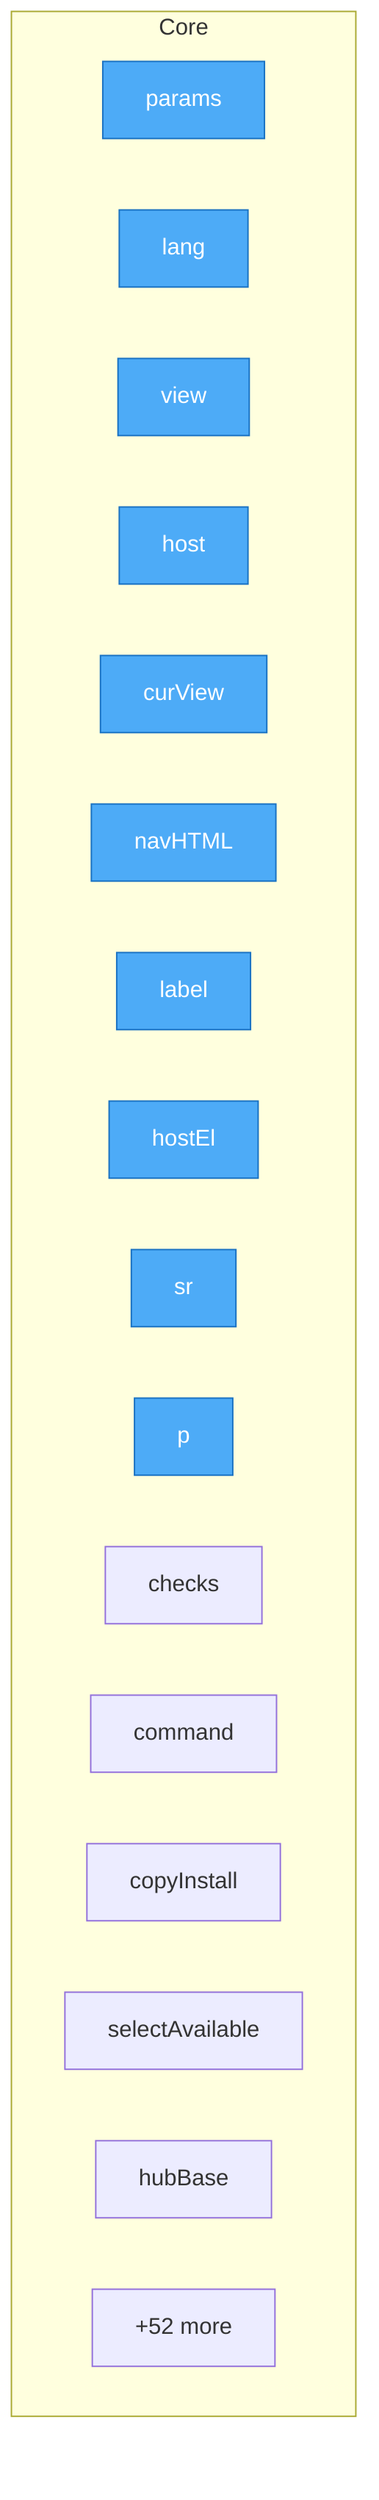
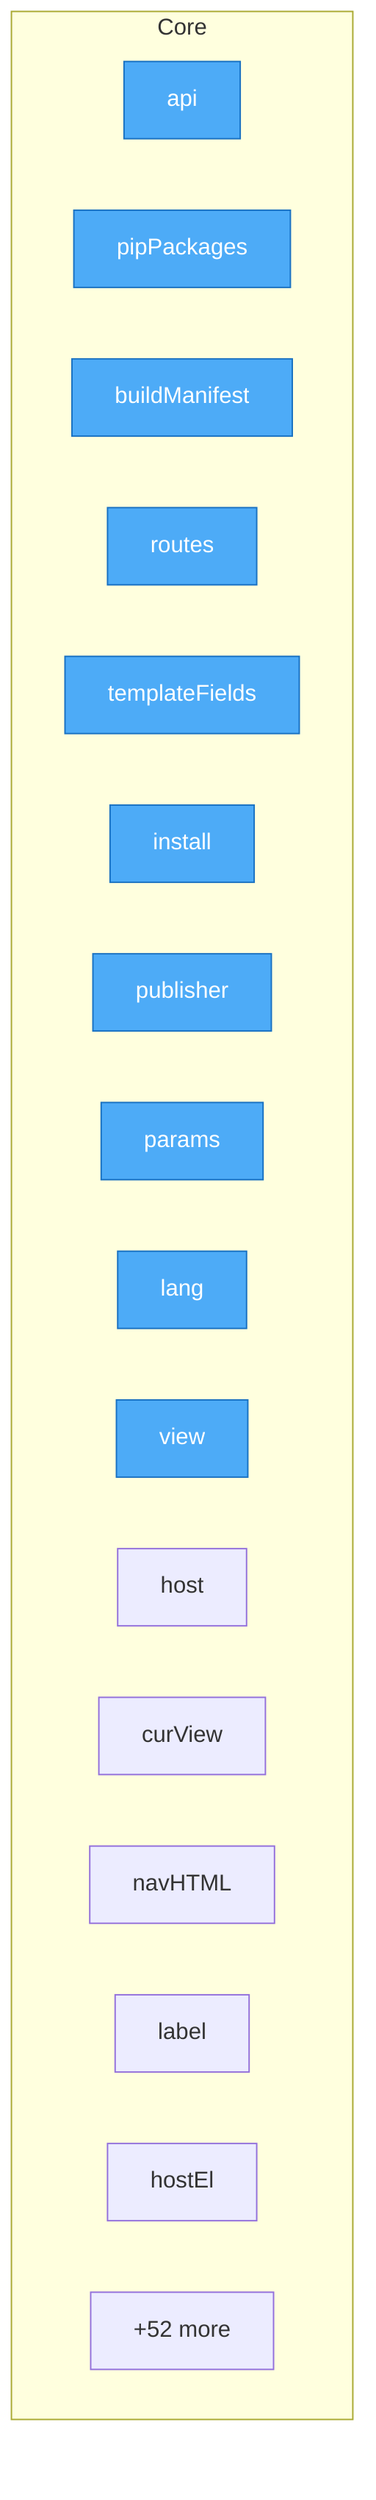
flowchart TD
%% generated in 0.00s

    %% Entry points (blue)
    classDef entry fill:#4dabf7,stroke:#1971c2,color:#fff

    subgraph Core
+         assets__manifest_builder__api["api"]
+         assets__manifest_builder__pipPackages["pipPackages"]
+         assets__manifest_builder__buildManifest["buildManifest"]
+         assets__manifest_builder__routes["routes"]
+         assets__manifest_builder__templateFields["templateFields"]
+         assets__manifest_builder__install["install"]
+         assets__manifest_builder__publisher["publisher"]
        assets__ifuri_ecobar__params["params"]
        assets__ifuri_ecobar__lang["lang"]
        assets__ifuri_ecobar__view["view"]
        assets__ifuri_ecobar__host["host"]
        assets__ifuri_ecobar__curView["curView"]
        assets__ifuri_ecobar__navHTML["navHTML"]
        assets__ifuri_ecobar__label["label"]
        assets__ifuri_ecobar__hostEl["hostEl"]
-         assets__ifuri_ecobar__sr["sr"]
-         assets__ifuri_ecobar__p["p"]
-         assets__app__checks["checks"]
-         assets__app__command["command"]
-         assets__app__copyInstall["copyInstall"]
-         assets__app__selectAvailable["selectAvailable"]
-         assets__app__hubBase["hubBase"]
        ...["+52 more"]
    end

-     class assets__ifuri_ecobar__params,assets__ifuri_ecobar__lang,assets__ifuri_ecobar__view,assets__ifuri_ecobar__host,assets__ifuri_ecobar__curView,assets__ifuri_ecobar__navHTML,assets__ifuri_ecobar__label,assets__ifuri_ecobar__hostEl,assets__ifuri_ecobar__sr,assets__ifuri_ecobar__p entry
+     class assets__manifest_builder__api,assets__manifest_builder__pipPackages,assets__manifest_builder__buildManifest,assets__manifest_builder__routes,assets__manifest_builder__templateFields,assets__manifest_builder__install,assets__manifest_builder__publisher,assets__ifuri_ecobar__params,assets__ifuri_ecobar__lang,assets__ifuri_ecobar__view entry
